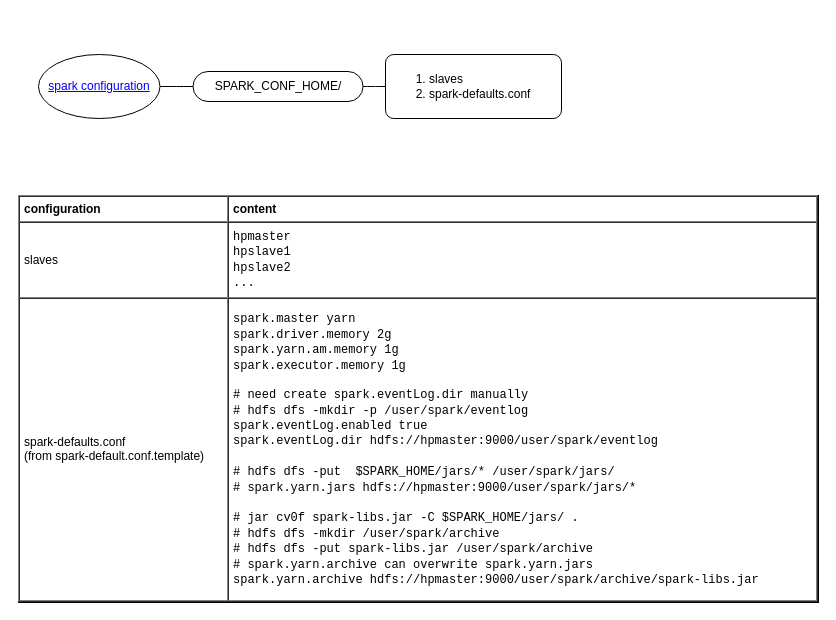
This is page "spark_config" (4 of 8) of db/distdb.drawio from yangdj/tf_docs, a draw.io file, before an edit. Source tidied: cells renumbered, new cells numbered last; positions are measured from the earlier drawing's top-left corner, leaving out a move shared by most shapes. Both pictures are drawn from the tidied source at 100%, with x=0, y=0 at pixel (17, 17).
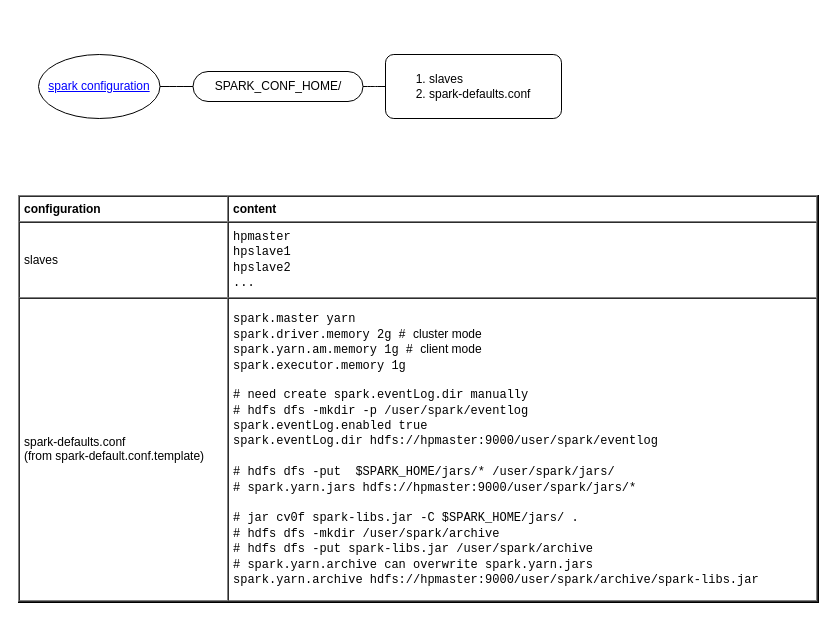
After the change.

What changed in the source:
```diff
@@
 <mxGraphModel>
   <root>
     <mxCell id="0" />
     <mxCell id="1" parent="0" />
     <mxCell id="2" style="swimlane;html=1;startSize=20;horizontal=1;containerType=tree;rounded=1;shadow=0;glass=0;comic=0;fillColor=none;align=left;strokeColor=none;fontColor=#0000FF;" parent="1" vertex="1">
       <mxGeometry width="801" height="140" as="geometry" />
     </mxCell>
     <mxCell id="3" value="spark configuration" style="ellipse;whiteSpace=wrap;align=center;fontStyle=4;horizontal=1;html=1;fontColor=#0000FF;" parent="2" vertex="1">
       <mxGeometry x="21" y="37" width="121.5" height="64" as="geometry" />
     </mxCell>
     <mxCell id="4" style="edgeStyle=entityRelationEdgeStyle;startArrow=none;endArrow=none;segment=10;curved=1;" parent="2" edge="1" source="3" target="5">
       <mxGeometry relative="1" as="geometry" />
     </mxCell>
     <mxCell id="5" value="SPARK_CONF_HOME/" style="whiteSpace=wrap;html=1;rounded=1;arcSize=50;align=center;verticalAlign=middle;strokeWidth=1;spacing=4;" parent="2" vertex="1">
       <mxGeometry x="175.5" y="54" width="170" height="30" as="geometry" />
     </mxCell>
     <mxCell id="6" style="edgeStyle=entityRelationEdgeStyle;startArrow=none;endArrow=none;segment=10;curved=1;" parent="2" edge="1" source="5" target="7">
       <mxGeometry relative="1" as="geometry" />
     </mxCell>
     <mxCell id="7" value="&lt;ol&gt;&lt;li&gt;slaves&lt;/li&gt;&lt;li&gt;spark-defaults.conf&lt;/li&gt;&lt;/ol&gt;" style="whiteSpace=wrap;html=1;rounded=1;arcSize=13;align=left;verticalAlign=middle;strokeWidth=1;spacing=4;" parent="2" vertex="1">
       <mxGeometry x="368" y="37" width="176" height="64" as="geometry" />
     </mxCell>
-    <mxCell id="8" value="&lt;table cellpadding=&quot;4&quot; cellspacing=&quot;0&quot; border=&quot;1&quot; style=&quot;font-size: 1em ; width: 100% ; height: 100%&quot;&gt;&lt;tbody&gt;&lt;tr&gt;&lt;th&gt;configuration&lt;/th&gt;&lt;th&gt;content&lt;/th&gt;&lt;/tr&gt;&lt;tr&gt;&lt;td&gt;&lt;span style=&quot;text-align: center&quot;&gt;slaves&lt;/span&gt;&lt;/td&gt;&lt;td&gt;&lt;span style=&quot;text-align: center ; font-family: &amp;#34;courier new&amp;#34;&quot;&gt;hpmaster&lt;/span&gt;&lt;br style=&quot;text-align: center ; font-family: &amp;#34;courier new&amp;#34;&quot;&gt;&lt;span style=&quot;text-align: center ; font-family: &amp;#34;courier new&amp;#34;&quot;&gt;hpslave1&lt;/span&gt;&lt;br style=&quot;text-align: center ; font-family: &amp;#34;courier new&amp;#34;&quot;&gt;&lt;span style=&quot;text-align: center ; font-family: &amp;#34;courier new&amp;#34;&quot;&gt;hpslave2&lt;/span&gt;&lt;br style=&quot;text-align: center ; font-family: &amp;#34;courier new&amp;#34;&quot;&gt;&lt;span style=&quot;text-align: center ; font-family: &amp;#34;courier new&amp;#34;&quot;&gt;...&lt;/span&gt;&lt;/td&gt;&lt;/tr&gt;&lt;tr&gt;&lt;td&gt;&lt;span style=&quot;text-align: center&quot;&gt;spark-defaults.conf&lt;br&gt;(from&amp;nbsp;spark-default.conf.template)&lt;/span&gt;&lt;/td&gt;&lt;td&gt;&lt;div&gt;&lt;font face=&quot;courier new&quot;&gt;spark.master yarn&lt;/font&gt;&lt;/div&gt;&lt;div&gt;&lt;font face=&quot;courier new&quot;&gt;spark.driver.memory 2g&lt;/font&gt;&lt;/div&gt;&lt;div&gt;&lt;font face=&quot;courier new&quot;&gt;spark.yarn.am.memory 1g&lt;/font&gt;&lt;/div&gt;&lt;div&gt;&lt;font face=&quot;courier new&quot;&gt;spark.executor.memory 1g&lt;/font&gt;&lt;/div&gt;&lt;div&gt;&lt;br&gt;&lt;/div&gt;&lt;div&gt;&lt;font face=&quot;courier new&quot;&gt;# need create spark.eventLog.dir manually&lt;/font&gt;&lt;/div&gt;&lt;div&gt;&lt;font face=&quot;courier new&quot;&gt;# hdfs dfs -mkdir -p /user/spark/eventlog&lt;/font&gt;&lt;/div&gt;&lt;div&gt;&lt;font face=&quot;courier new&quot;&gt;spark.eventLog.enabled true&lt;/font&gt;&lt;/div&gt;&lt;div&gt;&lt;font face=&quot;courier new&quot;&gt;spark.eventLog.dir hdfs://hpmaster:9000/user/spark/eventlog&lt;/font&gt;&lt;/div&gt;&lt;div&gt;&lt;font face=&quot;courier new&quot;&gt;&lt;br&gt;&lt;/font&gt;&lt;/div&gt;&lt;div&gt;&lt;font face=&quot;courier new&quot;&gt;# hdfs dfs -put&amp;nbsp; $SPARK_HOME/jars/* /user/spark/jars/&lt;/font&gt;&lt;/div&gt;&lt;div&gt;&lt;font face=&quot;courier new&quot;&gt;# spark.yarn.jars hdfs://hpmaster:9000/user/spark/jars/*&lt;/font&gt;&lt;/div&gt;&lt;div&gt;&lt;font face=&quot;courier new&quot;&gt;&lt;br&gt;&lt;/font&gt;&lt;/div&gt;&lt;div&gt;&lt;font face=&quot;courier new&quot;&gt;# jar cv0f spark-libs.jar -C $SPARK_HOME/jars/ .&lt;/font&gt;&lt;/div&gt;&lt;div&gt;&lt;font face=&quot;courier new&quot;&gt;# hdfs dfs -mkdir /user/spark/archive&lt;/font&gt;&lt;/div&gt;&lt;div&gt;&lt;font face=&quot;courier new&quot;&gt;# hdfs dfs -put spark-libs.jar /user/spark/archive&lt;/font&gt;&lt;/div&gt;&lt;div&gt;&lt;font face=&quot;courier new&quot;&gt;# spark.yarn.archive can overwrite spark.yarn.jars&lt;/font&gt;&lt;/div&gt;&lt;div&gt;&lt;font face=&quot;courier new&quot;&gt;spark.yarn.archive hdfs://hpmaster:9000/user/spark/archive/spark-libs.jar&lt;/font&gt;&lt;/div&gt;&lt;/td&gt;&lt;/tr&gt;&lt;/tbody&gt;&lt;/table&gt; " style="verticalAlign=top;align=left;overflow=fill;fontSize=12;fontFamily=Helvetica;html=1;fillColor=none;" parent="1" vertex="1">
+    <mxCell id="8" value="&lt;table cellpadding=&quot;4&quot; cellspacing=&quot;0&quot; border=&quot;1&quot; style=&quot;font-size: 1em ; width: 100% ; height: 100%&quot;&gt;&lt;tbody&gt;&lt;tr&gt;&lt;th&gt;configuration&lt;/th&gt;&lt;th&gt;content&lt;/th&gt;&lt;/tr&gt;&lt;tr&gt;&lt;td&gt;&lt;span style=&quot;text-align: center&quot;&gt;slaves&lt;/span&gt;&lt;/td&gt;&lt;td&gt;&lt;span style=&quot;text-align: center ; font-family: &amp;#34;courier new&amp;#34;&quot;&gt;hpmaster&lt;/span&gt;&lt;br style=&quot;text-align: center ; font-family: &amp;#34;courier new&amp;#34;&quot;&gt;&lt;span style=&quot;text-align: center ; font-family: &amp;#34;courier new&amp;#34;&quot;&gt;hpslave1&lt;/span&gt;&lt;br style=&quot;text-align: center ; font-family: &amp;#34;courier new&amp;#34;&quot;&gt;&lt;span style=&quot;text-align: center ; font-family: &amp;#34;courier new&amp;#34;&quot;&gt;hpslave2&lt;/span&gt;&lt;br style=&quot;text-align: center ; font-family: &amp;#34;courier new&amp;#34;&quot;&gt;&lt;span style=&quot;text-align: center ; font-family: &amp;#34;courier new&amp;#34;&quot;&gt;...&lt;/span&gt;&lt;/td&gt;&lt;/tr&gt;&lt;tr&gt;&lt;td&gt;&lt;span style=&quot;text-align: center&quot;&gt;spark-defaults.conf&lt;br&gt;(from&amp;nbsp;spark-default.conf.template)&lt;/span&gt;&lt;/td&gt;&lt;td&gt;&lt;div&gt;&lt;font face=&quot;courier new&quot;&gt;spark.master yarn&lt;/font&gt;&lt;/div&gt;&lt;div&gt;&lt;font face=&quot;courier new&quot;&gt;spark.driver.memory 2g # &lt;/font&gt;cluster mode&lt;/div&gt;&lt;div&gt;&lt;font face=&quot;courier new&quot;&gt;spark.yarn.am.memory 1g # &lt;/font&gt;client mode&lt;/div&gt;&lt;div&gt;&lt;font face=&quot;courier new&quot;&gt;spark.executor.memory 1g&lt;/font&gt;&lt;/div&gt;&lt;div&gt;&lt;br&gt;&lt;/div&gt;&lt;div&gt;&lt;font face=&quot;courier new&quot;&gt;# need create spark.eventLog.dir manually&lt;/font&gt;&lt;/div&gt;&lt;div&gt;&lt;font face=&quot;courier new&quot;&gt;# hdfs dfs -mkdir -p /user/spark/eventlog&lt;/font&gt;&lt;/div&gt;&lt;div&gt;&lt;font face=&quot;courier new&quot;&gt;spark.eventLog.enabled true&lt;/font&gt;&lt;/div&gt;&lt;div&gt;&lt;font face=&quot;courier new&quot;&gt;spark.eventLog.dir hdfs://hpmaster:9000/user/spark/eventlog&lt;/font&gt;&lt;/div&gt;&lt;div&gt;&lt;font face=&quot;courier new&quot;&gt;&lt;br&gt;&lt;/font&gt;&lt;/div&gt;&lt;div&gt;&lt;font face=&quot;courier new&quot;&gt;# hdfs dfs -put&amp;nbsp; $SPARK_HOME/jars/* /user/spark/jars/&lt;/font&gt;&lt;/div&gt;&lt;div&gt;&lt;font face=&quot;courier new&quot;&gt;# spark.yarn.jars hdfs://hpmaster:9000/user/spark/jars/*&lt;/font&gt;&lt;/div&gt;&lt;div&gt;&lt;font face=&quot;courier new&quot;&gt;&lt;br&gt;&lt;/font&gt;&lt;/div&gt;&lt;div&gt;&lt;font face=&quot;courier new&quot;&gt;# jar cv0f spark-libs.jar -C $SPARK_HOME/jars/ .&lt;/font&gt;&lt;/div&gt;&lt;div&gt;&lt;font face=&quot;courier new&quot;&gt;# hdfs dfs -mkdir /user/spark/archive&lt;/font&gt;&lt;/div&gt;&lt;div&gt;&lt;font face=&quot;courier new&quot;&gt;# hdfs dfs -put spark-libs.jar /user/spark/archive&lt;/font&gt;&lt;/div&gt;&lt;div&gt;&lt;font face=&quot;courier new&quot;&gt;# spark.yarn.archive can overwrite spark.yarn.jars&lt;/font&gt;&lt;/div&gt;&lt;div&gt;&lt;font face=&quot;courier new&quot;&gt;spark.yarn.archive hdfs://hpmaster:9000/user/spark/archive/spark-libs.jar&lt;/font&gt;&lt;/div&gt;&lt;/td&gt;&lt;/tr&gt;&lt;/tbody&gt;&lt;/table&gt; " style="verticalAlign=top;align=left;overflow=fill;fontSize=12;fontFamily=Helvetica;html=1;fillColor=none;" parent="1" vertex="1">
       <mxGeometry x="1" y="178" width="800" height="407" as="geometry" />
     </mxCell>
   </root>
 </mxGraphModel>
```
